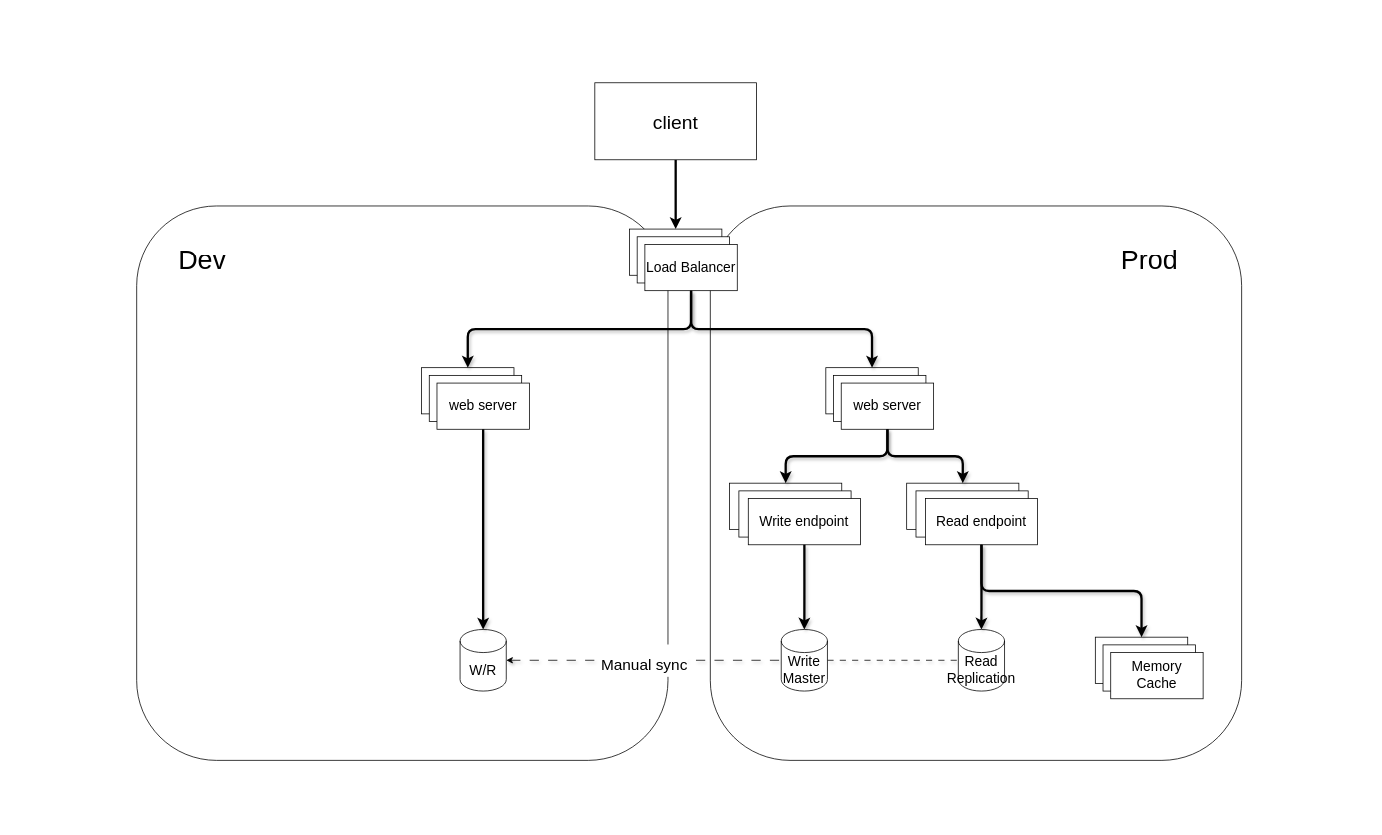
Earlier version of the draw.io diagram docs/designs/high_level.drawio (rogerxwu/onsp). Source tidied: cells renumbered, new cells numbered last; positions are measured from the earlier drawing's top-left corner, leaving out a move shared by most shapes. Both pictures are drawn from the tidied source at 77%, with x=0, y=0 at pixel (136, 82).
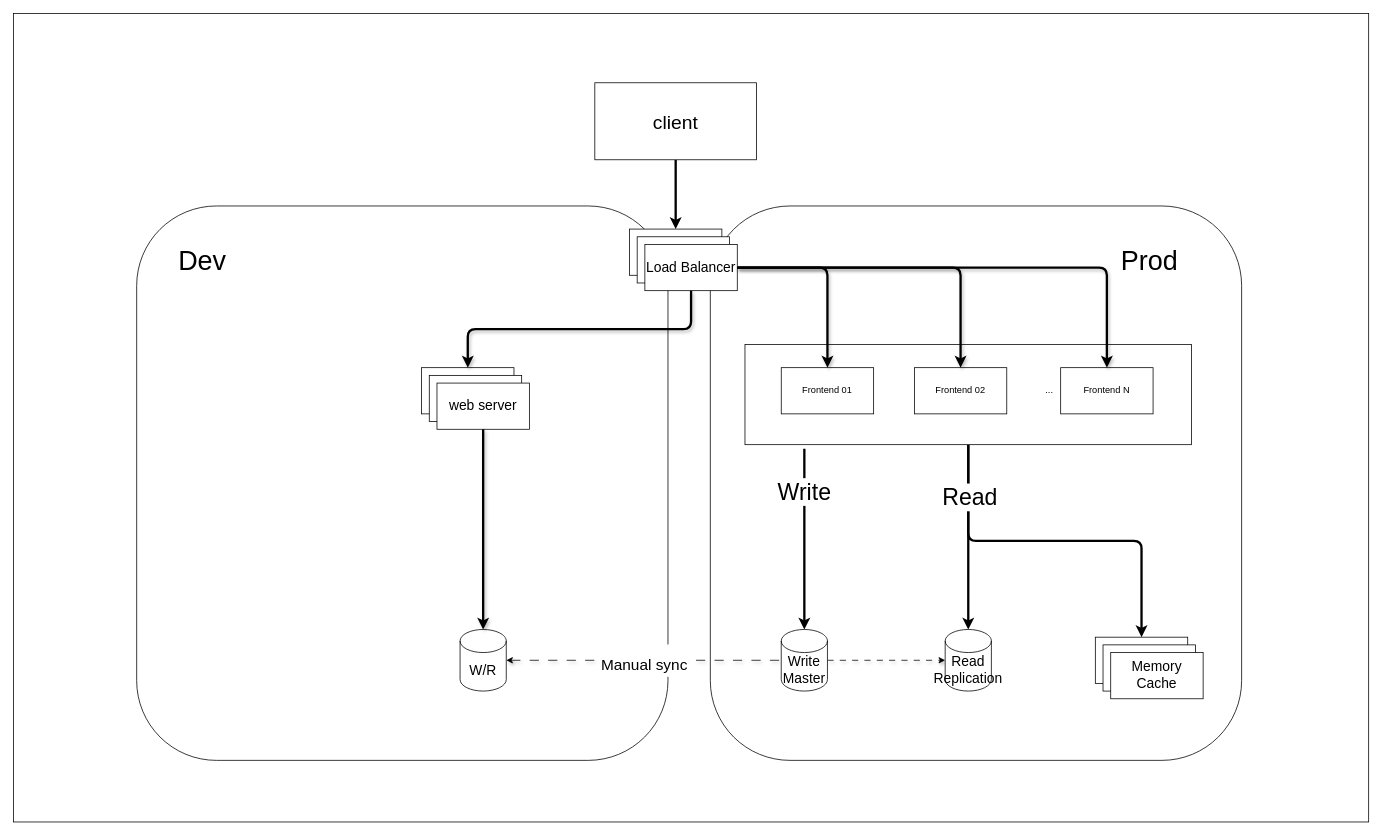
The same diagram, later.

Unchanged cells that the change refers to:
```xml
<mxCell id="9" value="Load Balancer" style="whiteSpace=wrap;html=1;strokeWidth=1;fontSize=18;" parent="6" vertex="1">
  <mxGeometry x="20" y="20" width="120" height="60" as="geometry" />
</mxCell>
<mxCell id="23" style="whiteSpace=wrap;html=1;strokeWidth=1;fontSize=18;" parent="22" vertex="1">
  <mxGeometry width="120" height="60" as="geometry" />
</mxCell>
<mxCell id="27" value="Write&lt;br style=&quot;font-size: 18px;&quot;&gt;Master" style="shape=cylinder3;whiteSpace=wrap;html=1;boundedLbl=1;backgroundOutline=1;size=15;strokeWidth=1;fontSize=18;" parent="1" vertex="1">
  <mxGeometry x="837.1" y="710" width="60" height="80" as="geometry" />
</mxCell>
```

Change to the diagram source:
```diff
@@
+    <mxCell id="45" style="whiteSpace=wrap;html=1;" parent="1" vertex="1">
+      <mxGeometry x="-160" y="-90" width="1760" height="1050" as="geometry" />
+    </mxCell>
@@
-    <mxCell id="10" style="group;strokeWidth=1;fontSize=18;" parent="1" vertex="1">
-      <mxGeometry x="895" y="370" width="140" height="80" as="geometry" />
-    </mxCell>
-    <mxCell id="11" style="whiteSpace=wrap;html=1;strokeWidth=1;fontSize=18;" parent="10" vertex="1">
-      <mxGeometry width="120" height="60" as="geometry" />
-    </mxCell>
-    <mxCell id="12" style="whiteSpace=wrap;html=1;strokeWidth=1;fontSize=18;" parent="10" vertex="1">
-      <mxGeometry x="10" y="10" width="120" height="60" as="geometry" />
-    </mxCell>
-    <mxCell id="13" value="web server" style="whiteSpace=wrap;html=1;strokeWidth=1;fontSize=18;" parent="10" vertex="1">
-      <mxGeometry x="20" y="20" width="120" height="60" as="geometry" />
-    </mxCell>
-    <mxCell id="14" style="group;strokeWidth=1;fontSize=18;" parent="1" vertex="1">
-      <mxGeometry x="770" y="520" width="170" height="80" as="geometry" />
-    </mxCell>
-    <mxCell id="15" style="whiteSpace=wrap;html=1;strokeWidth=1;fontSize=18;" parent="14" vertex="1">
-      <mxGeometry width="145.7" height="60" as="geometry" />
-    </mxCell>
-    <mxCell id="16" style="whiteSpace=wrap;html=1;strokeWidth=1;fontSize=18;" parent="14" vertex="1">
-      <mxGeometry x="12.1" y="10" width="145.7" height="60" as="geometry" />
-    </mxCell>
-    <mxCell id="17" value="Write endpoint" style="whiteSpace=wrap;html=1;strokeWidth=1;fontSize=18;" parent="14" vertex="1">
-      <mxGeometry x="24.3" y="20" width="145.7" height="60" as="geometry" />
-    </mxCell>
-    <mxCell id="18" style="group;strokeWidth=1;fontSize=18;" parent="1" vertex="1">
-      <mxGeometry x="1000" y="520" width="170" height="80" as="geometry" />
-    </mxCell>
-    <mxCell id="19" style="whiteSpace=wrap;html=1;strokeWidth=1;fontSize=18;" parent="18" vertex="1">
-      <mxGeometry width="145.7" height="60" as="geometry" />
-    </mxCell>
-    <mxCell id="20" style="whiteSpace=wrap;html=1;strokeWidth=1;fontSize=18;" parent="18" vertex="1">
-      <mxGeometry x="12.1" y="10" width="145.7" height="60" as="geometry" />
-    </mxCell>
-    <mxCell id="21" value="Read endpoint" style="whiteSpace=wrap;html=1;strokeWidth=1;fontSize=18;" parent="18" vertex="1">
-      <mxGeometry x="24.3" y="20" width="145.7" height="60" as="geometry" />
-    </mxCell>
@@
-    <mxCell id="26" style="html=1;exitX=1;exitY=0.5;exitDx=0;exitDy=0;exitPerimeter=0;entryX=0;entryY=0.5;entryDx=0;entryDy=0;entryPerimeter=0;shadow=1;endArrow=none;endFill=0;dashed=1;dashPattern=8 8;strokeWidth=1;fontSize=18;" parent="1" edge="1" source="27" target="28">
+    <mxCell id="26" style="html=1;exitX=1;exitY=0.5;exitDx=0;exitDy=0;exitPerimeter=0;entryX=0;entryY=0.5;entryDx=0;entryDy=0;entryPerimeter=0;shadow=1;endArrow=classic;endFill=1;dashed=1;dashPattern=8 8;strokeWidth=1;fontSize=18;" parent="1" edge="1" source="27" target="28">
       <mxGeometry relative="1" as="geometry" />
     </mxCell>
@@
     <mxCell id="28" value="Read&lt;br style=&quot;font-size: 18px;&quot;&gt;Replication" style="shape=cylinder3;whiteSpace=wrap;html=1;boundedLbl=1;backgroundOutline=1;size=15;strokeWidth=1;fontSize=18;" parent="1" vertex="1">
-      <mxGeometry x="1067.1" y="710" width="60" height="80" as="geometry" />
+      <mxGeometry x="1050" y="710" width="60" height="80" as="geometry" />
     </mxCell>
-    <mxCell id="29" style="edgeStyle=orthogonalEdgeStyle;html=1;exitX=0.5;exitY=1;exitDx=0;exitDy=0;entryX=0.5;entryY=0;entryDx=0;entryDy=0;entryPerimeter=0;shadow=1;endArrow=classic;endFill=1;strokeWidth=3;fontSize=18;" parent="1" edge="1" source="17" target="27">
-      <mxGeometry relative="1" as="geometry" />
-    </mxCell>
-    <mxCell id="30" style="edgeStyle=orthogonalEdgeStyle;html=1;exitX=0.5;exitY=1;exitDx=0;exitDy=0;entryX=0.5;entryY=0;entryDx=0;entryDy=0;entryPerimeter=0;shadow=1;endArrow=classic;endFill=1;strokeWidth=3;fontSize=18;" parent="1" edge="1" source="21" target="28">
-      <mxGeometry relative="1" as="geometry" />
-    </mxCell>
-    <mxCell id="31" style="edgeStyle=orthogonalEdgeStyle;html=1;exitX=0.5;exitY=1;exitDx=0;exitDy=0;entryX=0.5;entryY=0;entryDx=0;entryDy=0;shadow=1;endArrow=classic;endFill=1;strokeWidth=3;fontSize=18;" parent="1" edge="1" source="21" target="23">
-      <mxGeometry relative="1" as="geometry" />
-    </mxCell>
-    <mxCell id="32" style="edgeStyle=orthogonalEdgeStyle;html=1;exitX=0.5;exitY=1;exitDx=0;exitDy=0;entryX=0.5;entryY=0;entryDx=0;entryDy=0;shadow=1;endArrow=classic;endFill=1;strokeWidth=3;fontSize=18;" parent="1" edge="1" source="13" target="15">
-      <mxGeometry relative="1" as="geometry" />
-    </mxCell>
-    <mxCell id="33" style="edgeStyle=orthogonalEdgeStyle;html=1;exitX=0.5;exitY=1;exitDx=0;exitDy=0;entryX=0.5;entryY=0;entryDx=0;entryDy=0;shadow=1;endArrow=classic;endFill=1;strokeWidth=3;fontSize=18;" parent="1" edge="1" source="13" target="19">
-      <mxGeometry relative="1" as="geometry" />
-    </mxCell>
-    <mxCell id="34" style="edgeStyle=orthogonalEdgeStyle;html=1;exitX=0.5;exitY=1;exitDx=0;exitDy=0;entryX=0.5;entryY=0;entryDx=0;entryDy=0;shadow=1;endArrow=classic;endFill=1;rounded=1;strokeWidth=3;fontSize=18;" parent="1" edge="1" source="9" target="11">
-      <mxGeometry relative="1" as="geometry" />
-    </mxCell>
@@
+    <mxCell id="46" style="edgeStyle=orthogonalEdgeStyle;html=1;exitX=0.133;exitY=1.041;exitDx=0;exitDy=0;entryX=0.5;entryY=0;entryDx=0;entryDy=0;entryPerimeter=0;strokeWidth=3;fontSize=21;endArrow=classic;endFill=1;exitPerimeter=0;" parent="1" edge="1" source="52" target="27">
+      <mxGeometry relative="1" as="geometry" />
+    </mxCell>
+    <mxCell id="47" value="&lt;font style=&quot;font-size: 30px;&quot;&gt;Write&lt;/font&gt;" style="edgeLabel;html=1;align=center;verticalAlign=middle;fontSize=21;" parent="46" vertex="1">
+      <mxGeometry x="-0.38" y="-1" relative="1" as="geometry">
+        <mxPoint y="-18" as="offset" />
+      </mxGeometry>
+    </mxCell>
+    <mxCell id="48" style="edgeStyle=orthogonalEdgeStyle;html=1;exitX=0.5;exitY=1;exitDx=0;exitDy=0;entryX=0.5;entryY=0;entryDx=0;entryDy=0;entryPerimeter=0;strokeWidth=3;fontSize=21;endArrow=classic;endFill=1;" parent="1" edge="1" source="52" target="28">
+      <mxGeometry relative="1" as="geometry" />
+    </mxCell>
+    <mxCell id="49" style="edgeStyle=orthogonalEdgeStyle;html=1;exitX=0.5;exitY=1;exitDx=0;exitDy=0;entryX=0.5;entryY=0;entryDx=0;entryDy=0;strokeWidth=3;fontSize=21;endArrow=classic;endFill=1;" parent="1" edge="1" source="52" target="23">
+      <mxGeometry relative="1" as="geometry" />
+    </mxCell>
+    <mxCell id="50" style="edgeLabel;html=1;align=center;verticalAlign=middle;fontSize=30;" parent="49" vertex="1">
+      <mxGeometry x="-0.64" relative="1" as="geometry" />
+    </mxCell>
+    <mxCell id="51" value="Read" style="edgeLabel;html=1;align=center;verticalAlign=middle;fontSize=30;" parent="49" vertex="1">
+      <mxGeometry x="-0.72" y="1" relative="1" as="geometry" />
+    </mxCell>
+    <mxCell id="52" style="whiteSpace=wrap;html=1;fontSize=21;" parent="1" vertex="1">
+      <mxGeometry x="790" y="340" width="580" height="130" as="geometry" />
+    </mxCell>
@@
+    <mxCell id="53" value="Frontend 01" style="whiteSpace=wrap;html=1;" parent="1" vertex="1">
+      <mxGeometry x="837.1" y="370" width="120" height="60" as="geometry" />
+    </mxCell>
+    <mxCell id="54" value="Frontend 02" style="whiteSpace=wrap;html=1;" parent="1" vertex="1">
+      <mxGeometry x="1010" y="370" width="120" height="60" as="geometry" />
+    </mxCell>
+    <mxCell id="55" value="Frontend N" style="whiteSpace=wrap;html=1;" parent="1" vertex="1">
+      <mxGeometry x="1200" y="370" width="120" height="60" as="geometry" />
+    </mxCell>
+    <mxCell id="56" value="..." style="text;html=1;align=center;verticalAlign=middle;strokeColor=none;fillColor=none;" parent="1" vertex="1">
+      <mxGeometry x="1170" y="385" width="30" height="30" as="geometry" />
+    </mxCell>
+    <mxCell id="57" style="edgeStyle=orthogonalEdgeStyle;html=1;exitX=1;exitY=0.5;exitDx=0;exitDy=0;entryX=0.5;entryY=0;entryDx=0;entryDy=0;shadow=1;endArrow=classic;endFill=1;rounded=1;strokeWidth=3;fontSize=18;" parent="1" edge="1" source="9" target="54">
+      <mxGeometry relative="1" as="geometry" />
+    </mxCell>
+    <mxCell id="58" style="edgeStyle=orthogonalEdgeStyle;html=1;entryX=0.5;entryY=0;entryDx=0;entryDy=0;shadow=1;endArrow=classic;endFill=1;rounded=1;strokeWidth=3;fontSize=18;" parent="1" edge="1" source="9" target="55">
+      <mxGeometry relative="1" as="geometry" />
+    </mxCell>
+    <mxCell id="34" style="edgeStyle=orthogonalEdgeStyle;html=1;exitX=1;exitY=0.5;exitDx=0;exitDy=0;entryX=0.5;entryY=0;entryDx=0;entryDy=0;shadow=1;endArrow=classic;endFill=1;rounded=1;strokeWidth=3;fontSize=18;" parent="1" edge="1" source="9" target="53">
+      <mxGeometry relative="1" as="geometry" />
+    </mxCell>
```
